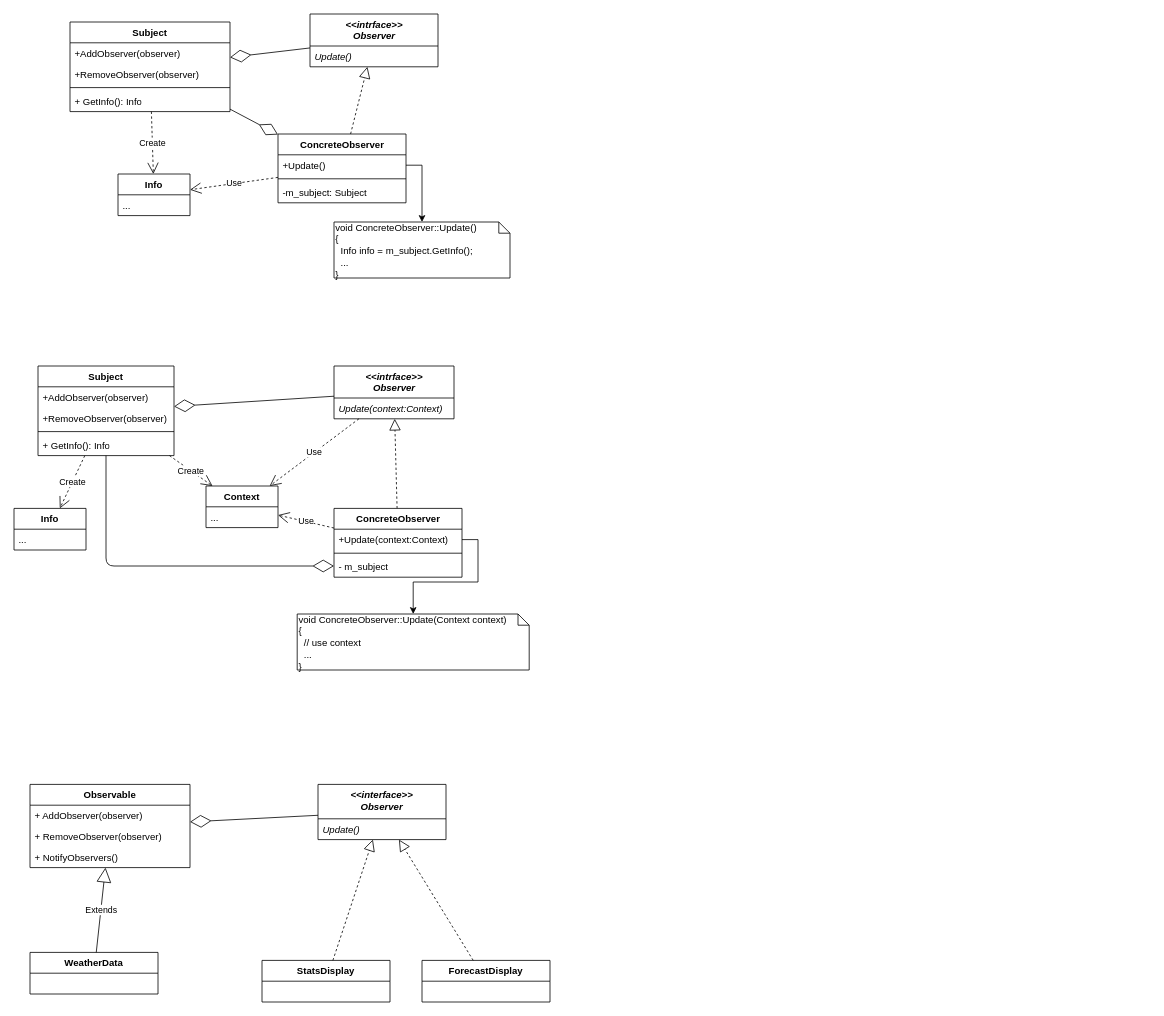
This is lectures/02.observer/observer.drawio from alexey-malov/ood, a draw.io file, before an edit. Source tidied: cells renumbered, new cells numbered last; positions are measured from the earlier drawing's top-left corner, leaving out a move shared by most shapes. Both pictures are drawn from the tidied source at 80%, with x=0, y=0 at pixel (14, 14).
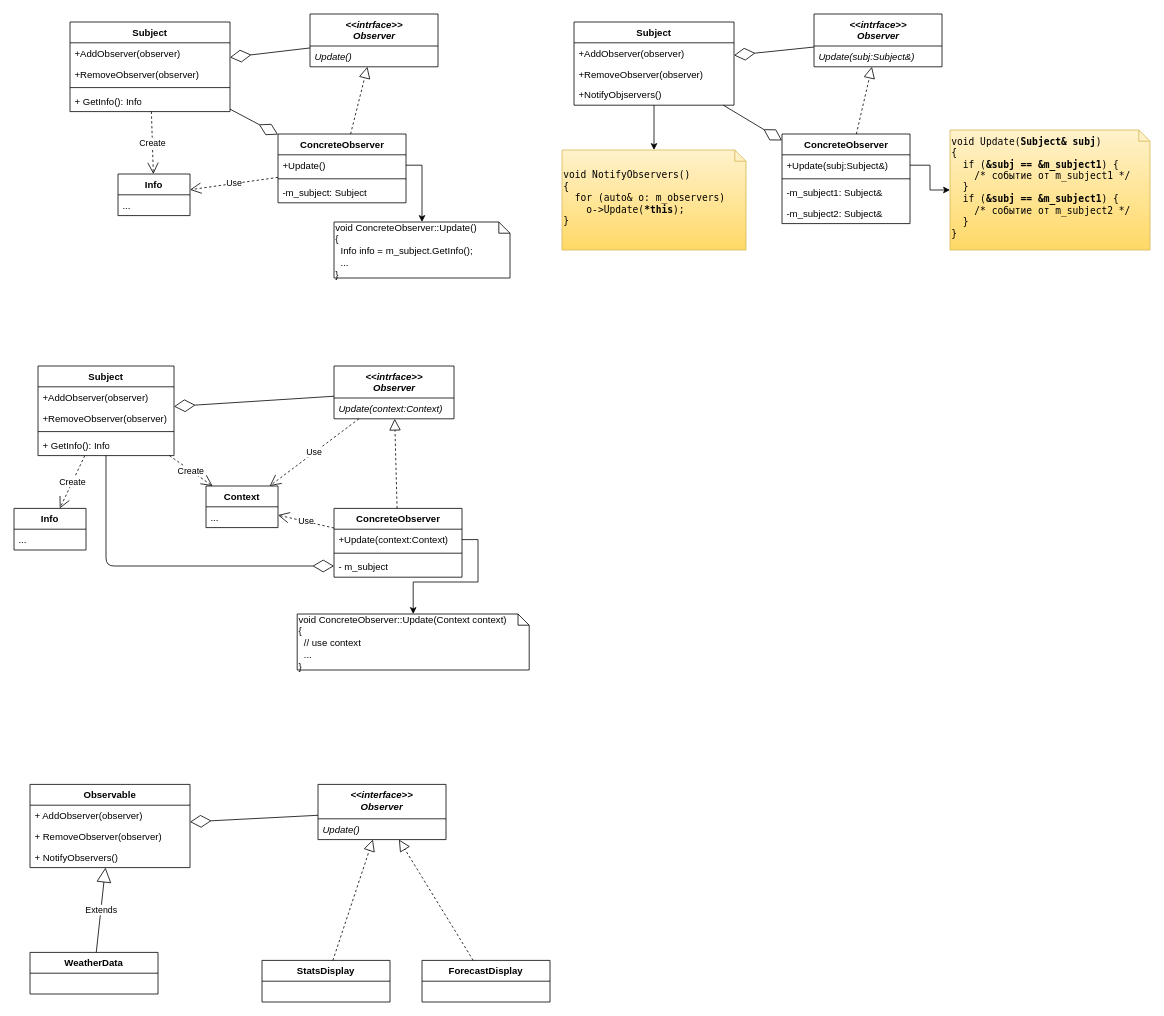
The same page after the edit.

Diff of the diagram source:
```diff
@@
+    <mxCell id="59" value="&lt;span&gt;&amp;lt;&amp;lt;intrface&amp;gt;&amp;gt;&lt;br&gt;Observer&lt;/span&gt;" style="swimlane;fontStyle=3;align=center;verticalAlign=top;horizontal=1;startSize=40;html=1;" parent="1" vertex="1">
+      <mxGeometry x="1000" width="160" height="66" as="geometry" />
+    </mxCell>
+    <mxCell id="60" value="Update(subj:Subject&amp;)" style="text;strokeColor=none;fillColor=none;align=left;verticalAlign=top;spacingLeft=4;spacingRight=4;overflow=hidden;fontStyle=2;" parent="59" vertex="1">
+      <mxGeometry y="40" width="160" height="26" as="geometry" />
+    </mxCell>
+    <mxCell id="61" style="endArrow=diamondThin;endFill=0;endSize=24;html=1;" parent="1" edge="1" source="59" target="72">
+      <mxGeometry relative="1" as="geometry" />
+    </mxCell>
+    <mxCell id="62" style="endArrow=diamondThin;endFill=0;endSize=24;html=1;" parent="1" edge="1" source="72" target="66">
+      <mxGeometry relative="1" as="geometry" />
+    </mxCell>
+    <mxCell id="63" style="endArrow=block;dashed=1;endFill=0;endSize=12;html=1;" parent="1" edge="1" source="66" target="59">
+      <mxGeometry relative="1" as="geometry" />
+    </mxCell>
+    <mxCell id="64" value="void Update(&lt;b&gt;Subject&amp;amp; subj&lt;/b&gt;)&lt;br&gt;{&lt;br&gt;&amp;nbsp; if (&lt;b&gt;&amp;amp;subj == &amp;amp;m_subject1&lt;/b&gt;) {&lt;br&gt;&amp;nbsp; &amp;nbsp; /* событие от m_subject1 */&lt;br&gt;&amp;nbsp; }&lt;br&gt;&amp;nbsp; if (&lt;b&gt;&amp;amp;subj == &amp;amp;m_subject1&lt;/b&gt;) {&lt;br style=&quot;border-color: var(--border-color);&quot;&gt;&amp;nbsp; &amp;nbsp; /* событие от m_subject2 */&lt;br style=&quot;border-color: var(--border-color);&quot;&gt;&amp;nbsp; }&lt;br&gt;}" style="shape=note;whiteSpace=wrap;html=1;size=14;verticalAlign=middle;align=left;spacingTop=-6;fillColor=#fff2cc;gradientColor=#ffd966;strokeColor=#d6b656;fontFamily=Lucida Console;" parent="1" vertex="1">
+      <mxGeometry x="1170" y="145" width="250" height="150" as="geometry" />
+    </mxCell>
+    <mxCell id="65" style="edgeStyle=orthogonalEdgeStyle;rounded=0;jettySize=auto;html=1;" parent="1" edge="1" source="67" target="64">
+      <mxGeometry relative="1" as="geometry" />
+    </mxCell>
+    <mxCell id="66" value="ConcreteObserver" style="swimlane;fontStyle=1;align=center;verticalAlign=top;horizontal=1;startSize=26;html=1;" parent="1" vertex="1">
+      <mxGeometry x="960" y="150" width="160" height="112" as="geometry" />
+    </mxCell>
+    <mxCell id="67" value="+Update(subj:Subject&amp;)" style="text;strokeColor=none;fillColor=none;align=left;verticalAlign=top;spacingLeft=4;spacingRight=4;overflow=hidden;points=[[0,0.5],[1,0.5]];portConstraint=eastwest;" parent="66" vertex="1">
+      <mxGeometry y="26" width="160" height="26" as="geometry" />
+    </mxCell>
+    <mxCell id="68" style="line;strokeWidth=1;fillColor=none;align=left;verticalAlign=middle;spacingTop=-1;spacingLeft=3;spacingRight=3;labelPosition=right;html=1;" parent="66" vertex="1">
+      <mxGeometry y="52" width="160" height="8" as="geometry" />
+    </mxCell>
+    <mxCell id="69" value="-m_subject1: Subject&amp;" style="text;strokeColor=none;fillColor=none;align=left;verticalAlign=top;spacingLeft=4;spacingRight=4;overflow=hidden;" parent="66" vertex="1">
+      <mxGeometry y="60" width="160" height="26" as="geometry" />
+    </mxCell>
+    <mxCell id="70" value="-m_subject2: Subject&amp;" style="text;strokeColor=none;fillColor=none;align=left;verticalAlign=top;spacingLeft=4;spacingRight=4;overflow=hidden;" parent="66" vertex="1">
+      <mxGeometry y="86" width="160" height="26" as="geometry" />
+    </mxCell>
+    <mxCell id="71" style="edgeStyle=orthogonalEdgeStyle;rounded=0;jettySize=auto;html=1;" parent="1" edge="1" source="72" target="76">
+      <mxGeometry relative="1" as="geometry" />
+    </mxCell>
+    <mxCell id="72" value="Subject" style="swimlane;fontStyle=1;align=center;verticalAlign=top;horizontal=1;startSize=26;" parent="1" vertex="1">
+      <mxGeometry x="700" y="10" width="200" height="104" as="geometry" />
+    </mxCell>
+    <mxCell id="73" value="+AddObserver(observer)" style="text;strokeColor=none;fillColor=none;align=left;verticalAlign=top;spacingLeft=4;spacingRight=4;overflow=hidden;html=1;" parent="72" vertex="1">
+      <mxGeometry y="26" width="200" height="26" as="geometry" />
+    </mxCell>
+    <mxCell id="74" value="+RemoveObserver(observer)" style="text;strokeColor=none;fillColor=none;align=left;verticalAlign=top;spacingLeft=4;spacingRight=4;overflow=hidden;html=1;" parent="72" vertex="1">
+      <mxGeometry y="52" width="200" height="26" as="geometry" />
+    </mxCell>
+    <mxCell id="75" value="+NotifyObjservers()" style="text;strokeColor=none;fillColor=none;align=left;verticalAlign=top;spacingLeft=4;spacingRight=4;overflow=hidden;html=1;" parent="72" vertex="1">
+      <mxGeometry y="78" width="200" height="26" as="geometry" />
+    </mxCell>
+    <mxCell id="76" value="void NotifyObservers()&lt;br&gt;{&lt;br&gt;&amp;nbsp; for (auto&amp;amp; o: m_observers)&lt;br&gt;&amp;nbsp; &amp;nbsp; o-&amp;gt;Update(&lt;b&gt;*this&lt;/b&gt;);&lt;br&gt;}" style="shape=note;whiteSpace=wrap;html=1;size=14;verticalAlign=middle;align=left;spacingTop=-6;fillColor=#fff2cc;gradientColor=#ffd966;strokeColor=#d6b656;fontFamily=Lucida Console;" parent="1" vertex="1">
+      <mxGeometry x="685" y="170" width="230" height="125" as="geometry" />
+    </mxCell>
```
